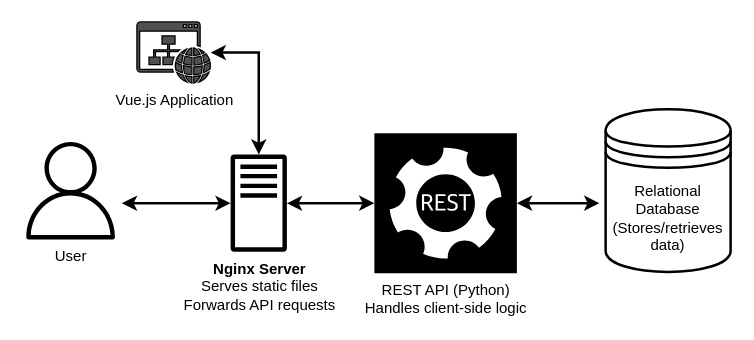
The draw.io diagram data/Flux diagram.drawio in xekieldev/db-radiolocalizacion, before the edit. Source tidied: cells renumbered, new cells numbered last; positions are measured from the earlier drawing's top-left corner, leaving out a move shared by most shapes. Both pictures are drawn from the tidied source at 125%, with x=0, y=0 at pixel (21, 21).
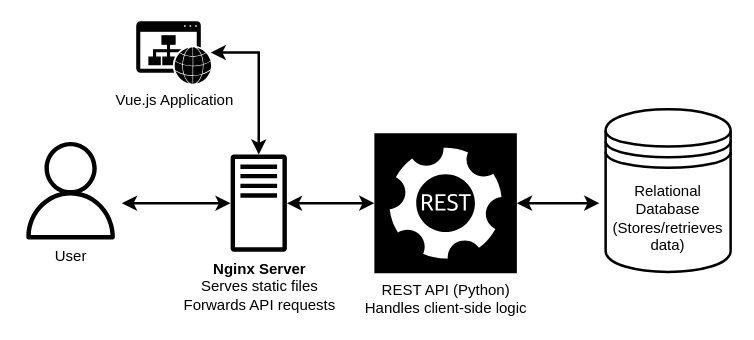
The same diagram, later.

The edit, as a diff of the source:
```diff
@@
 <mxGraphModel>
   <root>
     <mxCell id="0" />
     <mxCell id="1" parent="0" />
     <mxCell id="2" style="edgeStyle=orthogonalEdgeStyle;rounded=0;jettySize=auto;html=1;exitX=1.078;exitY=0.629;exitDx=0;exitDy=0;exitPerimeter=0;startArrow=classic;startFill=1;strokeWidth=2;jumpSize=6;endSize=6;strokeColor=#000000;" parent="1" edge="1" source="10" target="7">
       <mxGeometry relative="1" as="geometry" />
     </mxCell>
     <mxCell id="3" value="Relational Database&lt;br&gt;(Stores/retrieves data)" style="shape=datastore;whiteSpace=wrap;html=1;strokeWidth=2;strokeColor=#000000;" parent="1" vertex="1">
       <mxGeometry x="467" y="70" width="100" height="130" as="geometry" />
     </mxCell>
     <mxCell id="4" style="edgeStyle=orthogonalEdgeStyle;rounded=0;jettySize=auto;html=1;startArrow=classic;startFill=1;strokeWidth=2;strokeColor=#000000;" parent="1" edge="1" source="7" target="5">
       <mxGeometry relative="1" as="geometry" />
     </mxCell>
     <mxCell id="5" value="REST API (Python)&lt;br&gt;Handles client-side logic" style="sketch=0;shadow=0;dashed=0;html=1;strokeColor=#000000;fillColor=#000000;labelPosition=center;verticalLabelPosition=bottom;verticalAlign=top;align=center;outlineConnect=0;shape=mxgraph.veeam2.restful_api;" parent="1" vertex="1">
       <mxGeometry x="282" y="89" width="114" height="112" as="geometry" />
     </mxCell>
     <mxCell id="6" style="edgeStyle=orthogonalEdgeStyle;rounded=0;jettySize=auto;html=1;entryX=-0.05;entryY=0.577;entryDx=0;entryDy=0;entryPerimeter=0;startArrow=classic;startFill=1;strokeWidth=2;strokeColor=#000000;" parent="1" edge="1" source="5" target="3">
       <mxGeometry relative="1" as="geometry" />
     </mxCell>
     <mxCell id="7" value="&lt;font color=&quot;#000000&quot;&gt;&lt;b&gt;Nginx Server&lt;/b&gt;&lt;br&gt;Serves static files&lt;br&gt;Forwards API requests&lt;/font&gt;" style="sketch=0;outlineConnect=0;fontColor=#232F3E;gradientColor=none;fillColor=#000000;strokeColor=#000000;dashed=0;verticalLabelPosition=bottom;verticalAlign=top;align=center;html=1;fontSize=12;fontStyle=0;shape=mxgraph.aws4.traditional_server;" parent="1" vertex="1">
       <mxGeometry x="167" y="106" width="45" height="78" as="geometry" />
     </mxCell>
     <mxCell id="8" style="edgeStyle=orthogonalEdgeStyle;rounded=0;jettySize=auto;html=1;flowAnimation=0;endFill=1;startFill=1;startArrow=classic;strokeWidth=2;endSize=6;strokeColor=#000000;" parent="1" edge="1" source="9" target="7">
       <mxGeometry relative="1" as="geometry" />
     </mxCell>
-    <mxCell id="9" value="Vue.js Application" style="sketch=0;shadow=0;dashed=0;html=1;strokeColor=#000000;fillColor=#505050;labelPosition=center;verticalLabelPosition=bottom;verticalAlign=top;outlineConnect=0;align=center;shape=mxgraph.office.concepts.website;" parent="1" vertex="1">
+    <mxCell id="9" value="Vue.js Application" style="sketch=0;shadow=0;dashed=0;html=1;strokeColor=#000000;fillColor=#000000;labelPosition=center;verticalLabelPosition=bottom;verticalAlign=top;outlineConnect=0;align=center;shape=mxgraph.office.concepts.website;" parent="1" vertex="1">
       <mxGeometry x="92" width="59" height="49" as="geometry" />
     </mxCell>
     <mxCell id="10" value="&lt;font color=&quot;#000000&quot;&gt;User&lt;/font&gt;" style="sketch=0;outlineConnect=0;fontColor=#232F3E;gradientColor=none;fillColor=#000000;strokeColor=#000000;dashed=0;verticalLabelPosition=bottom;verticalAlign=top;align=center;html=1;fontSize=12;fontStyle=0;shape=mxgraph.aws4.user;" parent="1" vertex="1">
       <mxGeometry y="96" width="78" height="78" as="geometry" />
     </mxCell>
   </root>
 </mxGraphModel>
```
